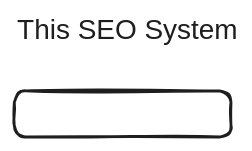
Above: QuickNotes/20240526 The SEO System.excalidraw.svg in mshafat/noteshub (Excalidraw), before the change. Source tidied: one line per element, renumbered; positions are measured from the earlier drawing's top-left corner, leaving out a move shared by most shapes.
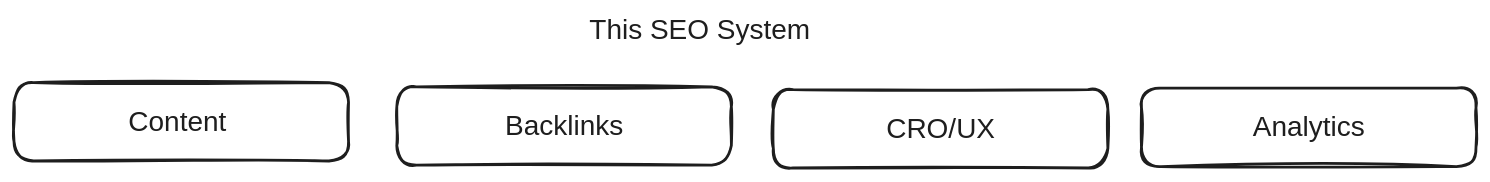
Later version of the same file.

Diff of the diagram source:
```diff
@@ -1,2 +1,9 @@
-{"id": 0, "type": "text", "text": "This SEO System", "strokeColor": "#1e1e1e", "strokeWidth": 2, "roughness": 1, "fontSize": 20, "fontFamily": 2, "x": 2, "y": 0, "width": 158, "height": 23}
+{"id": 0, "type": "text", "text": "This SEO System", "strokeColor": "#1e1e1e", "strokeWidth": 2, "roughness": 1, "fontSize": 20, "fontFamily": 2, "x": 188, "y": 0, "width": 158, "height": 23}
-{"id": 1, "type": "rectangle", "strokeColor": "#1e1e1e", "strokeWidth": 2, "roughness": 1, "round": true, "x": 0, "y": 55, "width": 155, "height": 33}
+{"id": 1, "type": "rectangle", "strokeColor": "#1e1e1e", "strokeWidth": 2, "roughness": 1, "round": true, "x": -223, "y": 49, "width": 239, "height": 56}
+{"id": 2, "type": "text", "text": "Content ", "strokeColor": "#1e1e1e", "strokeWidth": 2, "roughness": 1, "fontSize": 20, "fontFamily": 2, "textAlign": "center", "verticalAlign": "middle", "inside": 1, "x": -141, "y": 66, "width": 76, "height": 23}
+{"id": 3, "type": "rectangle", "strokeColor": "#1e1e1e", "strokeWidth": 2, "roughness": 1, "round": true, "x": 50, "y": 52, "width": 239, "height": 56}
+{"id": 4, "type": "text", "text": "Backlinks", "strokeColor": "#1e1e1e", "strokeWidth": 2, "roughness": 1, "fontSize": 20, "fontFamily": 2, "textAlign": "center", "verticalAlign": "middle", "inside": 3, "x": 128, "y": 68, "width": 84, "height": 23}
+{"id": 5, "type": "rectangle", "strokeColor": "#1e1e1e", "strokeWidth": 2, "roughness": 1, "round": true, "x": 320, "y": 54, "width": 239, "height": 56}
+{"id": 6, "type": "text", "text": "CRO/UX", "strokeColor": "#1e1e1e", "strokeWidth": 2, "roughness": 1, "fontSize": 20, "fontFamily": 2, "textAlign": "center", "verticalAlign": "middle", "inside": 5, "x": 400, "y": 70, "width": 78, "height": 23}
+{"id": 7, "type": "rectangle", "strokeColor": "#1e1e1e", "strokeWidth": 2, "roughness": 1, "round": true, "x": 582, "y": 53, "width": 239, "height": 56}
+{"id": 8, "type": "text", "text": "Analytics", "strokeColor": "#1e1e1e", "strokeWidth": 2, "roughness": 1, "fontSize": 20, "fontFamily": 2, "textAlign": "center", "verticalAlign": "middle", "inside": 7, "x": 662, "y": 70, "width": 80, "height": 23}
```
